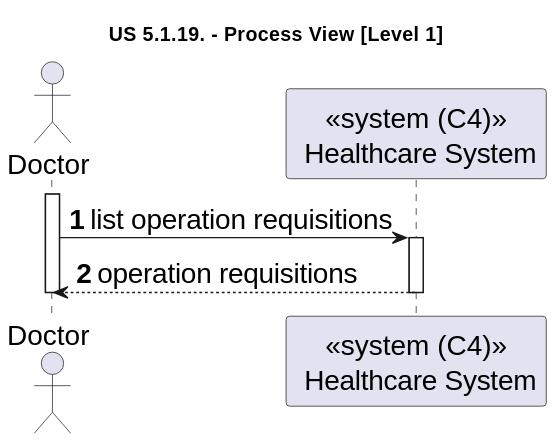
This is docs/sprint-2/1220841/us-6.2.17/diagrams/level-1-process-view.svg from rita-barbosa/LAPR5-2425, a PlantUML export, as it was before one commit. Its diagram source:
```plantuml
@startuml
skinparamlocked defaultFontSize 20

title "US 5.1.19. - Process View [Level 1]"

autonumber

actor Doctor as ADM
participant "<<system (C4)>>\n Healthcare System" as SYS

activate ADM
ADM -> SYS : list operation requisitions
activate SYS

SYS --> ADM : operation requisitions
deactivate SYS
deactivate ADM
@enduml
```
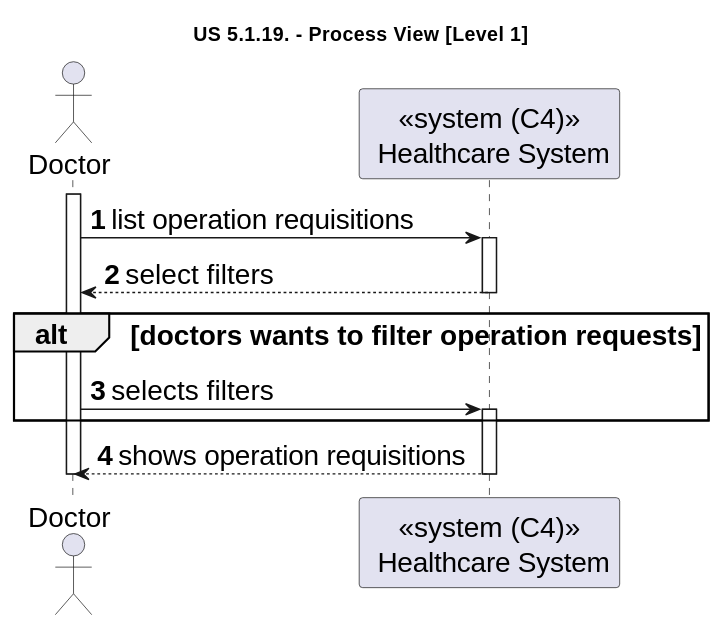
After the commit.

Commit message:
DG38-410 | docs: updates process view diagrams.

Change to the diagram source:
```diff
@@ -12,7 +12,17 @@
 ADM -> SYS : list operation requisitions
 activate SYS
 
-SYS --> ADM : operation requisitions
+SYS --> ADM: select filters
+deactivate SYS
+
+alt doctors wants to filter operation requests
+
+ADM -> SYS: selects filters
+activate SYS
+
+end alt
+
+SYS --> ADM : shows operation requisitions
 deactivate SYS
 deactivate ADM
 @enduml
```
